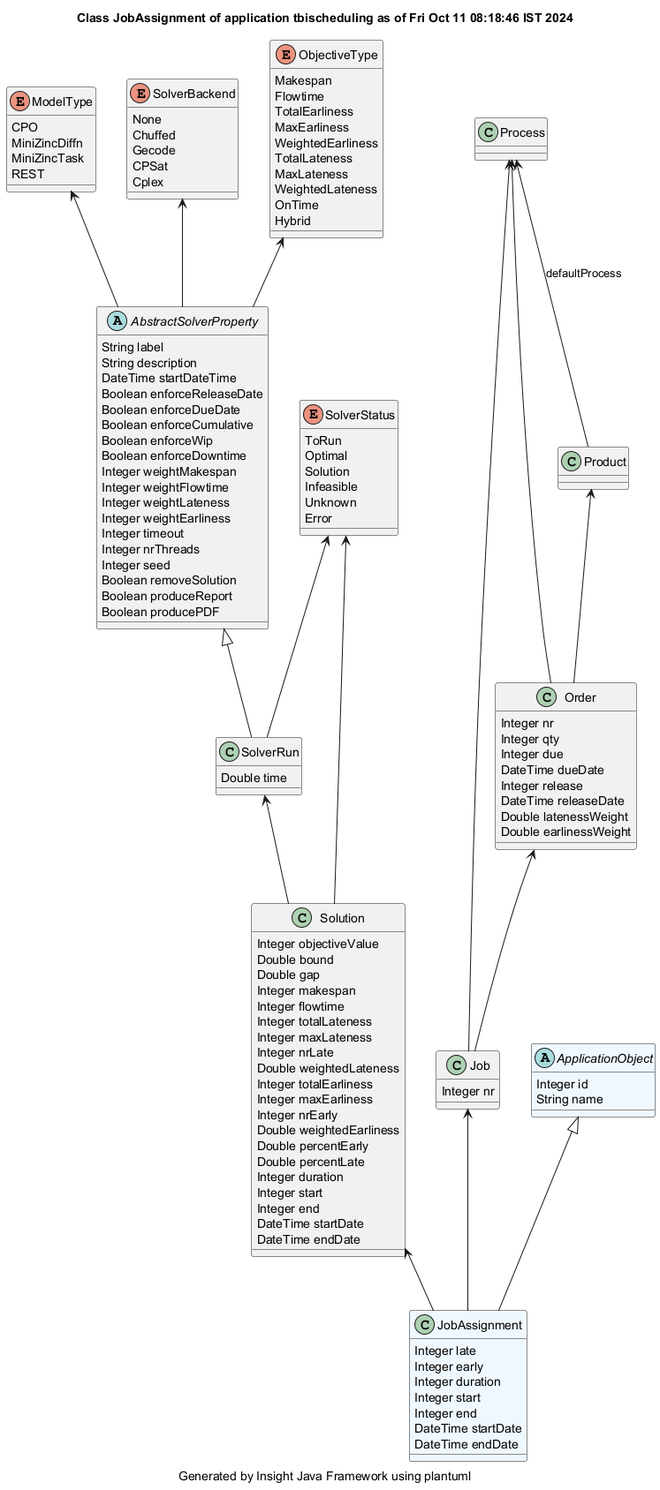
The PlantUML diagram demonstrator/tbischeduling/site/plantuml/JobAssignment.png in hsimonis/schedulingtraining, before a commit.
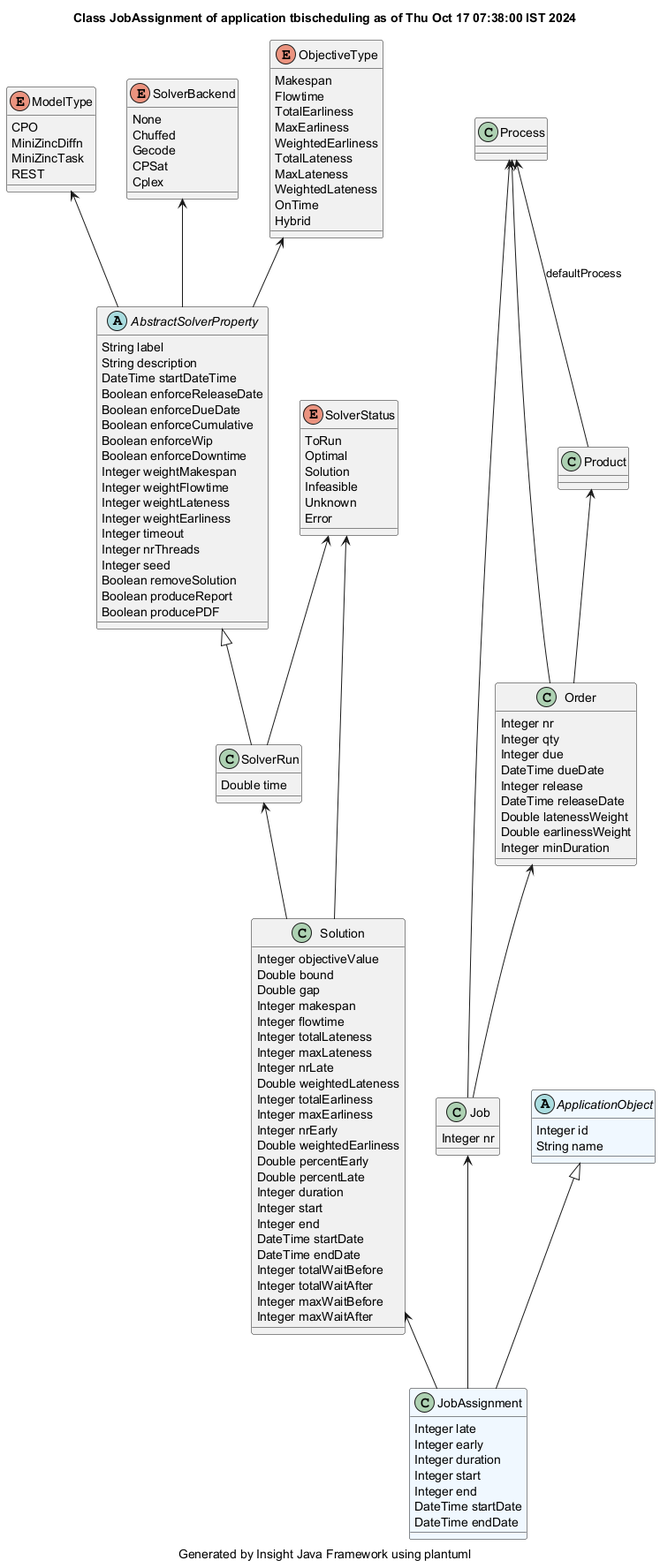
The same file after the commit.

Diff of the diagram source:
```diff
@@ -1,5 +1,5 @@
 @startuml
-title Class JobAssignment of application tbischeduling as of Fri Oct 11 08:18:46 IST 2024
+title Class JobAssignment of application tbischeduling as of Thu Oct 17 07:38:00 IST 2024
 caption Generated by Insight Java Framework using plantuml
 class JobAssignment #aliceblue
 JobAssignment : Integer late
@@ -32,6 +32,10 @@
 Solution : Integer end
 Solution : DateTime startDate
 Solution : DateTime endDate
+Solution : Integer totalWaitBefore
+Solution : Integer totalWaitAfter
+Solution : Integer maxWaitBefore
+Solution : Integer maxWaitAfter
 
 SolverRun  <-- Solution
 class SolverRun
@@ -106,6 +110,7 @@
 Order : DateTime releaseDate
 Order : Double latenessWeight
 Order : Double earlinessWeight
+Order : Integer minDuration
 
 Product  <-- Order
 class Product
```
